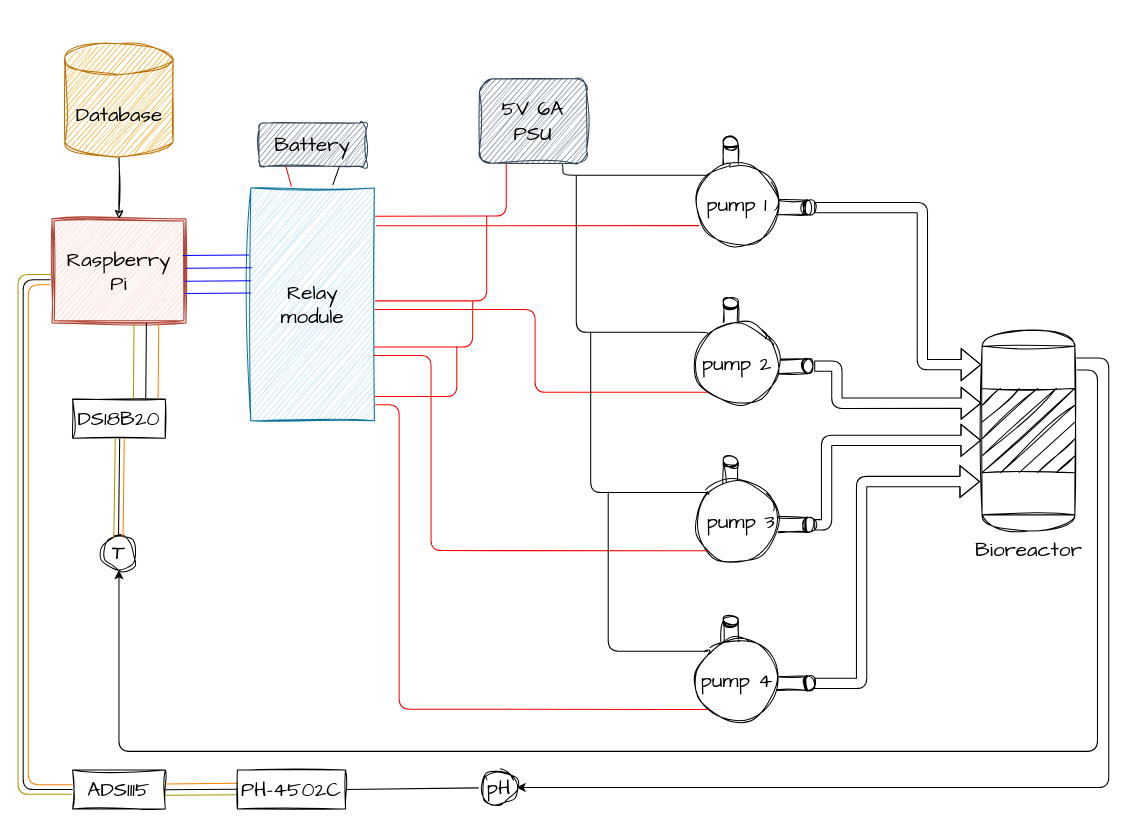
The draw.io diagram blueprints/prototype1.drawio in MelcherMate/Bioversee_Webapp, before the edit. Source tidied: cells renumbered, new cells numbered last; positions are measured from the earlier drawing's top-left corner, leaving out a move shared by most shapes. Both pictures are drawn from the tidied source at 103%, with x=0, y=0 at pixel (18, 43).
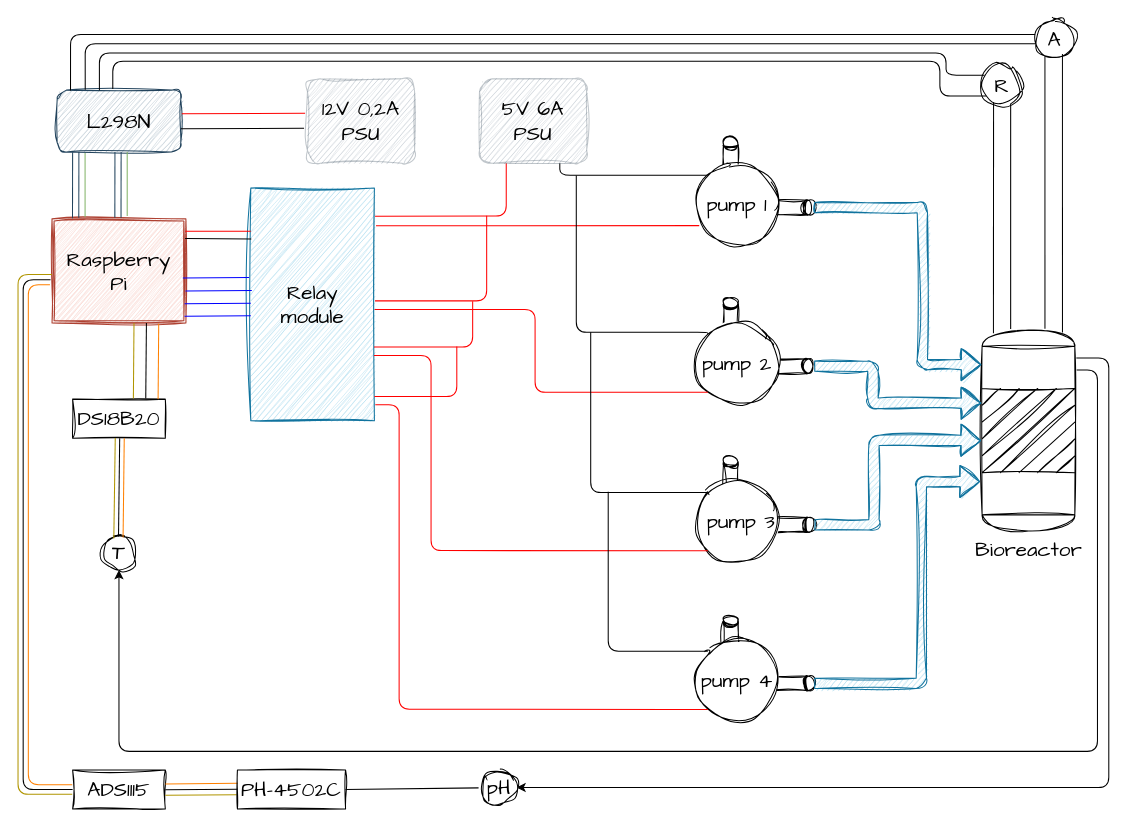
Above is the later version.

The change refers to these unchanged cells:
```xml
<mxCell id="4" style="shape=datastore;whiteSpace=wrap;html=1;sketch=1;hachureGap=4;jiggle=2;curveFitting=1;strokeColor=#000000;fontFamily=Architects Daughter;fontSize=20;fontColor=#000000;fillColor=#FFFFFF;gradientColor=none;rotation=90;" parent="3" vertex="1">
  <mxGeometry x="84" y="43" width="14" height="48" as="geometry" />
</mxCell>
<mxCell id="6" value="pump 1" style="ellipse;whiteSpace=wrap;html=1;sketch=1;hachureGap=4;jiggle=2;curveFitting=1;strokeColor=#000000;fontFamily=Architects Daughter;fontSize=20;fontColor=#000000;fillColor=#FFFFFF;gradientColor=none;" parent="3" vertex="1">
  <mxGeometry y="24" width="80" height="80" as="geometry" />
</mxCell>
<mxCell id="8" style="shape=datastore;whiteSpace=wrap;html=1;sketch=1;hachureGap=4;jiggle=2;curveFitting=1;strokeColor=#000000;fontFamily=Architects Daughter;fontSize=20;fontColor=#000000;fillColor=#FFFFFF;gradientColor=none;rotation=90;" parent="7" vertex="1">
  <mxGeometry x="84" y="43" width="14" height="48" as="geometry" />
</mxCell>
<mxCell id="13" style="shape=datastore;whiteSpace=wrap;html=1;sketch=1;hachureGap=4;jiggle=2;curveFitting=1;strokeColor=#000000;fontFamily=Architects Daughter;fontSize=20;fontColor=#000000;fillColor=#FFFFFF;gradientColor=none;rotation=90;" parent="11" vertex="1">
  <mxGeometry x="84" y="43" width="14" height="48" as="geometry" />
</mxCell>
<mxCell id="17" style="shape=datastore;whiteSpace=wrap;html=1;sketch=1;hachureGap=4;jiggle=2;curveFitting=1;strokeColor=#000000;fontFamily=Architects Daughter;fontSize=20;fontColor=#000000;fillColor=#FFFFFF;gradientColor=none;rotation=90;" parent="16" vertex="1">
  <mxGeometry x="84" y="43" width="14" height="48" as="geometry" />
</mxCell>
<mxCell id="20" value="&lt;font color=&quot;#000000&quot;&gt;Raspberry Pi&lt;/font&gt;" style="shape=ext;double=1;rounded=0;whiteSpace=wrap;html=1;hachureGap=4;fontFamily=Architects Daughter;fontSize=20;fillColor=#fad9d5;strokeColor=#ae4132;sketch=1;curveFitting=1;jiggle=2;" parent="1" vertex="1">
  <mxGeometry x="33" y="170" width="130" height="101" as="geometry" />
</mxCell>
<mxCell id="21" value="Bioreactor" style="shape=mxgraph.pid.vessels.reactor;html=1;align=center;verticalLabelPosition=bottom;verticalAlign=top;dashed=0;hachureGap=4;strokeColor=#000000;fontFamily=Architects Daughter;fontSize=20;fontColor=#000000;fillColor=#FFFFFF;rounded=0;sketch=1;curveFitting=1;jiggle=2;gradientColor=none;" parent="1" vertex="1">
  <mxGeometry x="936" y="278" width="90" height="195" as="geometry" />
</mxCell>
<mxCell id="24" value="&lt;font color=&quot;#000000&quot;&gt;Relay module&lt;/font&gt;" style="rounded=0;whiteSpace=wrap;html=1;sketch=1;hachureGap=4;jiggle=2;curveFitting=1;fontFamily=Architects Daughter;fontSize=20;fillColor=#b1ddf0;strokeColor=#10739e;" parent="1" vertex="1">
  <mxGeometry x="226" y="140" width="120" height="226" as="geometry" />
</mxCell>
```

Change to the diagram source:
```diff
@@
-    <mxCell id="22" style="edgeStyle=none;hachureGap=4;html=1;exitX=0.5;exitY=1;exitDx=0;exitDy=0;exitPerimeter=0;entryX=0.5;entryY=0;entryDx=0;entryDy=0;fontFamily=Architects Daughter;fontSize=16;fontColor=#000000;strokeColor=#000000;rounded=0;sketch=1;curveFitting=1;jiggle=2;" parent="1" edge="1" source="23" target="20">
-      <mxGeometry relative="1" as="geometry" />
-    </mxCell>
-    <mxCell id="23" value="Database" style="shape=cylinder3;whiteSpace=wrap;html=1;boundedLbl=1;backgroundOutline=1;size=15;hachureGap=4;fontFamily=Architects Daughter;fontSize=20;rounded=0;sketch=1;curveFitting=1;jiggle=2;fillColor=#f0a30a;fontColor=#000000;strokeColor=#BD7000;" parent="1" vertex="1">
-      <mxGeometry x="45.5" width="105" height="110" as="geometry" />
-    </mxCell>
@@
     <mxCell id="25" style="edgeStyle=orthogonalEdgeStyle;hachureGap=4;html=1;exitX=0.75;exitY=1;exitDx=0;exitDy=0;entryX=0;entryY=0;entryDx=0;entryDy=0;strokeColor=#000000;fontFamily=Architects Daughter;fontSize=16;fontColor=#000000;endArrow=none;endFill=0;" parent="1" edge="1" source="27" target="6">
       <mxGeometry relative="1" as="geometry">
         <Array as="points">
-          <mxPoint x="529" y="128" />
+          <mxPoint x="526" y="128" />
         </Array>
       </mxGeometry>
     </mxCell>
@@
-    <mxCell id="27" value="5V 6A PSU" style="rounded=1;whiteSpace=wrap;html=1;sketch=1;hachureGap=4;jiggle=2;curveFitting=1;strokeColor=#314354;fontFamily=Architects Daughter;fontSize=20;fontColor=#000000;fillColor=#647687;" parent="1" vertex="1">
+    <mxCell id="27" value="5V 6A PSU" style="rounded=1;whiteSpace=wrap;html=1;sketch=1;hachureGap=4;jiggle=2;curveFitting=1;strokeColor=#314354;fontFamily=Architects Daughter;fontSize=20;fontColor=#000000;fillColor=#647687;opacity=30;" parent="1" vertex="1">
       <mxGeometry x="448" y="34" width="104" height="82" as="geometry" />
     </mxCell>
@@
-    <mxCell id="35" style="sketch=0;hachureGap=4;jiggle=2;curveFitting=1;html=1;exitX=0.25;exitY=1;exitDx=0;exitDy=0;entryX=0.329;entryY=-0.006;entryDx=0;entryDy=0;entryPerimeter=0;strokeColor=#FF0000;fontFamily=Architects Daughter;fontSize=16;fontColor=#000000;endArrow=none;endFill=0;" parent="1" edge="1" source="37" target="24">
+    <mxCell id="35" style="sketch=0;hachureGap=4;jiggle=2;curveFitting=1;html=1;exitX=0.995;exitY=0.118;exitDx=0;exitDy=0;entryX=0;entryY=0.186;entryDx=0;entryDy=0;entryPerimeter=0;strokeColor=#FF0000;fontFamily=Architects Daughter;fontSize=16;fontColor=#000000;endArrow=none;endFill=0;exitPerimeter=0;" parent="1" edge="1" source="20" target="24">
       <mxGeometry relative="1" as="geometry" />
     </mxCell>
-    <mxCell id="36" style="edgeStyle=none;sketch=0;hachureGap=4;jiggle=2;curveFitting=1;html=1;exitX=0.75;exitY=1;exitDx=0;exitDy=0;entryX=0.663;entryY=-0.012;entryDx=0;entryDy=0;entryPerimeter=0;strokeColor=#000000;fontFamily=Architects Daughter;fontSize=16;fontColor=#000000;endArrow=none;endFill=0;" parent="1" edge="1" source="37" target="24">
+    <mxCell id="36" style="edgeStyle=none;sketch=0;hachureGap=4;jiggle=2;curveFitting=1;html=1;exitX=0.994;exitY=0.189;exitDx=0;exitDy=0;entryX=0.004;entryY=0.219;entryDx=0;entryDy=0;strokeColor=#000000;fontFamily=Architects Daughter;fontSize=16;fontColor=#000000;endArrow=none;endFill=0;exitPerimeter=0;entryPerimeter=0;" parent="1" edge="1" source="20" target="24">
       <mxGeometry relative="1" as="geometry" />
     </mxCell>
-    <mxCell id="37" value="Battery" style="rounded=1;whiteSpace=wrap;html=1;sketch=1;hachureGap=4;jiggle=2;curveFitting=1;fontFamily=Architects Daughter;fontSize=20;fillColor=#647687;strokeColor=#314354;fontColor=#000000;" parent="1" vertex="1">
-      <mxGeometry x="234" y="77" width="104" height="42" as="geometry" />
-    </mxCell>
-    <mxCell id="38" style="endArrow=none;html=1;sketch=0;hachureGap=4;jiggle=2;curveFitting=1;strokeColor=#0000FF;fontFamily=Architects Daughter;fontSize=16;fontColor=#000000;exitX=0.997;exitY=0.475;exitDx=0;exitDy=0;exitPerimeter=0;entryX=0.008;entryY=0.343;entryDx=0;entryDy=0;entryPerimeter=0;" parent="1" edge="1" source="20" target="24">
-      <mxGeometry relative="1" as="geometry" />
+    <mxCell id="38" style="endArrow=none;html=1;sketch=0;hachureGap=4;jiggle=2;curveFitting=1;strokeColor=#0000FF;fontFamily=Architects Daughter;fontSize=16;fontColor=#000000;exitX=0.997;exitY=0.475;exitDx=0;exitDy=0;exitPerimeter=0;entryX=0.008;entryY=0.343;entryDx=0;entryDy=0;entryPerimeter=0;" parent="1" edge="1">
+      <mxGeometry relative="1" as="geometry">
+        <mxPoint x="162.6" y="240" as="sourcePoint" />
+        <mxPoint x="227" y="239.5" as="targetPoint" />
+      </mxGeometry>
     </mxCell>
     <mxCell id="39" style="endArrow=none;html=1;sketch=0;hachureGap=4;jiggle=2;curveFitting=1;strokeColor=#0000FF;fontFamily=Architects Daughter;fontSize=16;fontColor=#000000;exitX=0.997;exitY=0.475;exitDx=0;exitDy=0;exitPerimeter=0;entryX=0.008;entryY=0.343;entryDx=0;entryDy=0;entryPerimeter=0;" parent="1" edge="1">
       <mxGeometry relative="1" as="geometry">
-        <mxPoint x="161.7" y="230.5" as="sourcePoint" />
-        <mxPoint x="226" y="230" as="targetPoint" />
+        <mxPoint x="161.7" y="252.5" as="sourcePoint" />
+        <mxPoint x="226" y="252" as="targetPoint" />
       </mxGeometry>
     </mxCell>
     <mxCell id="40" style="endArrow=none;html=1;sketch=0;hachureGap=4;jiggle=2;curveFitting=1;strokeColor=#0000FF;fontFamily=Architects Daughter;fontSize=16;fontColor=#000000;exitX=0.997;exitY=0.475;exitDx=0;exitDy=0;exitPerimeter=0;entryX=0.008;entryY=0.343;entryDx=0;entryDy=0;entryPerimeter=0;" parent="1" edge="1">
       <mxGeometry relative="1" as="geometry">
-        <mxPoint x="160" y="205.5" as="sourcePoint" />
-        <mxPoint x="224.4" y="205" as="targetPoint" />
+        <mxPoint x="160" y="227.5" as="sourcePoint" />
+        <mxPoint x="224.4" y="227" as="targetPoint" />
       </mxGeometry>
     </mxCell>
     <mxCell id="41" style="endArrow=none;html=1;sketch=0;hachureGap=4;jiggle=2;curveFitting=1;strokeColor=#0000FF;fontFamily=Architects Daughter;fontSize=16;fontColor=#000000;exitX=0.997;exitY=0.475;exitDx=0;exitDy=0;exitPerimeter=0;entryX=0.008;entryY=0.343;entryDx=0;entryDy=0;entryPerimeter=0;" parent="1" edge="1">
       <mxGeometry relative="1" as="geometry">
-        <mxPoint x="161.7" y="242.5" as="sourcePoint" />
-        <mxPoint x="226" y="242" as="targetPoint" />
+        <mxPoint x="161.7" y="264.5" as="sourcePoint" />
+        <mxPoint x="226" y="264" as="targetPoint" />
       </mxGeometry>
     </mxCell>
@@
-    <mxCell id="57" style="edgeStyle=orthogonalEdgeStyle;sketch=0;hachureGap=4;jiggle=2;curveFitting=1;html=1;exitX=0.5;exitY=0;exitDx=0;exitDy=0;strokeColor=#000000;fontFamily=Architects Daughter;fontSize=16;fontColor=#000000;endArrow=classic;endFill=1;shape=flexArrow;" parent="1" edge="1" source="13">
+    <mxCell id="57" style="edgeStyle=orthogonalEdgeStyle;sketch=1;hachureGap=4;jiggle=2;curveFitting=1;html=1;exitX=0.5;exitY=0;exitDx=0;exitDy=0;strokeColor=#10739e;fontFamily=Architects Daughter;fontSize=16;fontColor=#000000;endArrow=classic;endFill=1;shape=flexArrow;fillColor=#b1ddf0;" parent="1" edge="1" source="13">
       <mxGeometry relative="1" as="geometry">
         <mxPoint x="935" y="385" as="targetPoint" />
         <Array as="points">
-          <mxPoint x="785" y="467" />
-          <mxPoint x="785" y="385" />
+          <mxPoint x="831" y="467" />
+          <mxPoint x="831" y="385" />
         </Array>
       </mxGeometry>
     </mxCell>
@@
-    <mxCell id="63" style="edgeStyle=orthogonalEdgeStyle;sketch=0;hachureGap=4;jiggle=2;curveFitting=1;html=1;exitX=0.5;exitY=0;exitDx=0;exitDy=0;strokeColor=#000000;fontFamily=Architects Daughter;fontSize=16;fontColor=#FF0000;shape=flexArrow;entryX=-0.009;entryY=0.364;entryDx=0;entryDy=0;entryPerimeter=0;" parent="1" edge="1" source="17" target="21">
+    <mxCell id="63" style="edgeStyle=orthogonalEdgeStyle;sketch=1;hachureGap=4;jiggle=2;curveFitting=1;html=1;exitX=0.5;exitY=0;exitDx=0;exitDy=0;strokeColor=#10739e;fontFamily=Architects Daughter;fontSize=16;fontColor=#FF0000;shape=flexArrow;entryX=-0.009;entryY=0.364;entryDx=0;entryDy=0;entryPerimeter=0;fillColor=#b1ddf0;" parent="1" edge="1" source="17" target="21">
       <mxGeometry relative="1" as="geometry">
         <Array as="points">
-          <mxPoint x="795" y="313" />
-          <mxPoint x="795" y="349" />
+          <mxPoint x="830" y="313" />
+          <mxPoint x="830" y="349" />
         </Array>
       </mxGeometry>
     </mxCell>
-    <mxCell id="64" style="edgeStyle=orthogonalEdgeStyle;sketch=0;hachureGap=4;jiggle=2;curveFitting=1;html=1;exitX=0.5;exitY=0;exitDx=0;exitDy=0;strokeColor=#000000;fontFamily=Architects Daughter;fontSize=16;fontColor=#FF0000;endArrow=classic;endFill=1;shape=flexArrow;" parent="1" edge="1" source="8">
+    <mxCell id="64" style="edgeStyle=orthogonalEdgeStyle;sketch=1;hachureGap=4;jiggle=2;curveFitting=1;html=1;exitX=0.5;exitY=0;exitDx=0;exitDy=0;strokeColor=#10739e;fontFamily=Architects Daughter;fontSize=16;fontColor=#FF0000;endArrow=classic;endFill=1;shape=flexArrow;fillColor=#b1ddf0;" parent="1" edge="1" source="8">
       <mxGeometry relative="1" as="geometry">
         <mxPoint x="934" y="425" as="targetPoint" />
         <Array as="points">
-          <mxPoint x="819" y="621" />
-          <mxPoint x="819" y="425" />
+          <mxPoint x="877" y="621" />
+          <mxPoint x="877" y="425" />
         </Array>
       </mxGeometry>
     </mxCell>
-    <mxCell id="65" style="edgeStyle=orthogonalEdgeStyle;sketch=0;hachureGap=4;jiggle=2;curveFitting=1;html=1;exitX=0.5;exitY=0;exitDx=0;exitDy=0;entryX=-0.009;entryY=0.172;entryDx=0;entryDy=0;entryPerimeter=0;strokeColor=#000000;fontFamily=Architects Daughter;fontSize=16;fontColor=#FF0000;endArrow=classic;endFill=1;shape=flexArrow;" parent="1" edge="1" source="4" target="21">
+    <mxCell id="65" style="edgeStyle=orthogonalEdgeStyle;sketch=1;hachureGap=4;jiggle=2;curveFitting=1;html=1;exitX=0.5;exitY=0;exitDx=0;exitDy=0;entryX=-0.009;entryY=0.172;entryDx=0;entryDy=0;entryPerimeter=0;strokeColor=#10739e;fontFamily=Architects Daughter;fontSize=16;fontColor=#FF0000;endArrow=classic;endFill=1;shape=flexArrow;fillColor=#b1ddf0;" parent="1" edge="1" source="4" target="21">
       <mxGeometry relative="1" as="geometry">
         <Array as="points">
           <mxPoint x="878" y="159" />
           <mxPoint x="878" y="312" />
           <mxPoint x="935" y="312" />
         </Array>
       </mxGeometry>
     </mxCell>
@@
+    <mxCell id="69" value="&lt;font color=&quot;#000000&quot;&gt;L298N&lt;/font&gt;" style="rounded=1;whiteSpace=wrap;html=1;sketch=1;hachureGap=4;jiggle=2;curveFitting=1;fontFamily=Architects Daughter;fontSize=20;fillColor=#bac8d3;strokeColor=#23445d;" parent="1" vertex="1">
+      <mxGeometry x="38" y="45" width="120" height="60" as="geometry" />
+    </mxCell>
+    <mxCell id="70" value="12V 0,2A PSU" style="rounded=1;whiteSpace=wrap;html=1;sketch=1;hachureGap=4;jiggle=2;curveFitting=1;strokeColor=#314354;fontFamily=Architects Daughter;fontSize=20;fontColor=#000000;fillColor=#647687;opacity=30;" parent="1" vertex="1">
+      <mxGeometry x="281" y="34" width="104" height="82" as="geometry" />
+    </mxCell>
+    <mxCell id="71" style="endArrow=none;html=1;hachureGap=4;strokeColor=#FF0000;fontFamily=Architects Daughter;fontSize=16;fontColor=#000000;entryX=-0.022;entryY=0.409;entryDx=0;entryDy=0;entryPerimeter=0;" parent="1" edge="1" target="70">
+      <mxGeometry relative="1" as="geometry">
+        <mxPoint x="159" y="68" as="sourcePoint" />
+      </mxGeometry>
+    </mxCell>
+    <mxCell id="72" style="endArrow=none;html=1;hachureGap=4;strokeColor=#000000;fontFamily=Architects Daughter;fontSize=16;fontColor=#000000;entryX=-0.022;entryY=0.409;entryDx=0;entryDy=0;entryPerimeter=0;" parent="1" edge="1">
+      <mxGeometry relative="1" as="geometry">
+        <mxPoint x="158" y="82.5" as="sourcePoint" />
+        <mxPoint x="277.7" y="82" as="targetPoint" />
+      </mxGeometry>
+    </mxCell>
+    <mxCell id="73" style="endArrow=none;html=1;hachureGap=4;strokeColor=#23445d;fontFamily=Architects Daughter;fontSize=16;fontColor=#000000;exitX=0.125;exitY=1.007;exitDx=0;exitDy=0;exitPerimeter=0;entryX=0.153;entryY=-0.007;entryDx=0;entryDy=0;entryPerimeter=0;fillColor=#bac8d3;" parent="1" edge="1" source="69" target="20">
+      <mxGeometry relative="1" as="geometry" />
+    </mxCell>
+    <mxCell id="74" style="endArrow=none;html=1;hachureGap=4;strokeColor=#23445d;fontFamily=Architects Daughter;fontSize=16;fontColor=#000000;exitX=0.125;exitY=1.007;exitDx=0;exitDy=0;exitPerimeter=0;entryX=0.153;entryY=-0.007;entryDx=0;entryDy=0;entryPerimeter=0;fillColor=#bac8d3;" parent="1" edge="1">
+      <mxGeometry relative="1" as="geometry">
+        <mxPoint x="59.1" y="105" as="sourcePoint" />
+        <mxPoint x="59" y="168.9" as="targetPoint" />
+      </mxGeometry>
+    </mxCell>
+    <mxCell id="75" style="endArrow=none;html=1;hachureGap=4;strokeColor=#82b366;fontFamily=Architects Daughter;fontSize=16;fontColor=#000000;exitX=0.125;exitY=1.007;exitDx=0;exitDy=0;exitPerimeter=0;entryX=0.247;entryY=-0.018;entryDx=0;entryDy=0;entryPerimeter=0;fillColor=#d5e8d4;gradientColor=#97d077;" parent="1" edge="1" target="20">
+      <mxGeometry relative="1" as="geometry">
+        <mxPoint x="65.1" y="106.1" as="sourcePoint" />
+      </mxGeometry>
+    </mxCell>
+    <mxCell id="76" style="endArrow=none;html=1;hachureGap=4;strokeColor=#23445d;fontFamily=Architects Daughter;fontSize=16;fontColor=#000000;exitX=0.125;exitY=1.007;exitDx=0;exitDy=0;exitPerimeter=0;entryX=0.153;entryY=-0.007;entryDx=0;entryDy=0;entryPerimeter=0;fillColor=#bac8d3;" parent="1" edge="1">
+      <mxGeometry relative="1" as="geometry">
+        <mxPoint x="94.1" y="105" as="sourcePoint" />
+        <mxPoint x="94" y="168.9" as="targetPoint" />
+      </mxGeometry>
+    </mxCell>
+    <mxCell id="77" style="endArrow=none;html=1;hachureGap=4;strokeColor=#23445d;fontFamily=Architects Daughter;fontSize=16;fontColor=#000000;exitX=0.125;exitY=1.007;exitDx=0;exitDy=0;exitPerimeter=0;entryX=0.153;entryY=-0.007;entryDx=0;entryDy=0;entryPerimeter=0;fillColor=#bac8d3;" parent="1" edge="1">
+      <mxGeometry relative="1" as="geometry">
+        <mxPoint x="100.1" y="105" as="sourcePoint" />
+        <mxPoint x="100" y="168.9" as="targetPoint" />
+      </mxGeometry>
+    </mxCell>
+    <mxCell id="78" style="endArrow=none;html=1;hachureGap=4;strokeColor=#82b366;fontFamily=Architects Daughter;fontSize=16;fontColor=#000000;exitX=0.125;exitY=1.007;exitDx=0;exitDy=0;exitPerimeter=0;entryX=0.247;entryY=-0.018;entryDx=0;entryDy=0;entryPerimeter=0;fillColor=#d5e8d4;gradientColor=#97d077;" parent="1" edge="1">
+      <mxGeometry relative="1" as="geometry">
+        <mxPoint x="106" y="105" as="sourcePoint" />
+        <mxPoint x="106" y="167.1" as="targetPoint" />
+      </mxGeometry>
+    </mxCell>
+    <mxCell id="79" style="sketch=0;hachureGap=4;jiggle=2;curveFitting=1;html=1;exitX=0.285;exitY=0.946;exitDx=0;exitDy=0;strokeColor=#000000;fontFamily=Architects Daughter;fontSize=16;fontColor=#000000;startArrow=none;startFill=0;endArrow=none;endFill=0;exitPerimeter=0;" parent="1" edge="1" source="80">
+      <mxGeometry relative="1" as="geometry">
+        <mxPoint x="947" y="281" as="targetPoint" />
+      </mxGeometry>
+    </mxCell>
+    <mxCell id="80" value="R" style="ellipse;whiteSpace=wrap;html=1;sketch=1;hachureGap=4;jiggle=2;curveFitting=1;fontFamily=Architects Daughter;fontSize=20;fillColor=none;strokeColor=#000000;fontColor=#000000;" parent="1" vertex="1">
+      <mxGeometry x="936" y="20" width="39" height="39" as="geometry" />
+    </mxCell>
+    <mxCell id="81" style="edgeStyle=none;sketch=0;hachureGap=4;jiggle=2;curveFitting=1;html=1;exitX=0;exitY=0;exitDx=0;exitDy=0;strokeColor=#000000;fontFamily=Architects Daughter;fontSize=16;fontColor=#000000;startArrow=classic;startFill=1;endArrow=none;endFill=0;" parent="1" edge="1" source="82">
+      <mxGeometry relative="1" as="geometry">
+        <mxPoint x="992.6" y="-18.2" as="targetPoint" />
+      </mxGeometry>
+    </mxCell>
+    <mxCell id="82" value="A" style="ellipse;whiteSpace=wrap;html=1;sketch=1;hachureGap=4;jiggle=2;curveFitting=1;fontFamily=Architects Daughter;fontSize=20;fillColor=none;strokeColor=#000000;fontColor=#000000;" parent="1" vertex="1">
+      <mxGeometry x="987" y="-24" width="39" height="39" as="geometry" />
+    </mxCell>
+    <mxCell id="83" style="endArrow=none;html=1;hachureGap=4;strokeColor=#000000;fontFamily=Architects Daughter;fontSize=16;fontColor=#000000;endFill=0;exitX=0.108;exitY=0.005;exitDx=0;exitDy=0;exitPerimeter=0;edgeStyle=orthogonalEdgeStyle;" parent="1" edge="1" source="69" target="82">
+      <mxGeometry relative="1" as="geometry">
+        <Array as="points">
+          <mxPoint x="51" y="-9" />
+        </Array>
+      </mxGeometry>
+    </mxCell>
+    <mxCell id="84" style="endArrow=none;html=1;hachureGap=4;strokeColor=#000000;fontFamily=Architects Daughter;fontSize=16;fontColor=#000000;entryX=0.041;entryY=0.615;entryDx=0;entryDy=0;endFill=0;entryPerimeter=0;exitX=0.227;exitY=-0.005;exitDx=0;exitDy=0;exitPerimeter=0;edgeStyle=orthogonalEdgeStyle;" parent="1" edge="1" source="69" target="82">
+      <mxGeometry relative="1" as="geometry">
+        <Array as="points">
+          <mxPoint x="65" />
+        </Array>
+      </mxGeometry>
+    </mxCell>
+    <mxCell id="85" style="endArrow=none;html=1;hachureGap=4;strokeColor=#000000;fontFamily=Architects Daughter;fontSize=16;fontColor=#000000;endFill=0;entryX=0.061;entryY=0.269;entryDx=0;entryDy=0;entryPerimeter=0;edgeStyle=orthogonalEdgeStyle;" parent="1" edge="1" source="69" target="80">
+      <mxGeometry relative="1" as="geometry">
+        <Array as="points">
+          <mxPoint x="79" y="9" />
+          <mxPoint x="901" y="9" />
+          <mxPoint x="901" y="31" />
+        </Array>
+      </mxGeometry>
+    </mxCell>
+    <mxCell id="86" style="endArrow=none;html=1;hachureGap=4;strokeColor=#000000;fontFamily=Architects Daughter;fontSize=16;fontColor=#000000;endFill=0;entryX=0.104;entryY=0.79;entryDx=0;entryDy=0;entryPerimeter=0;edgeStyle=orthogonalEdgeStyle;" parent="1" edge="1" target="80">
+      <mxGeometry relative="1" as="geometry">
+        <mxPoint x="92" y="44" as="sourcePoint" />
+        <Array as="points">
+          <mxPoint x="92" y="17" />
+          <mxPoint x="895" y="17" />
+          <mxPoint x="895" y="50" />
+          <mxPoint x="940" y="50" />
+        </Array>
+      </mxGeometry>
+    </mxCell>
+    <mxCell id="87" style="sketch=0;hachureGap=4;jiggle=2;curveFitting=1;html=1;exitX=0.711;exitY=0.985;exitDx=0;exitDy=0;entryX=0.308;entryY=-0.005;entryDx=0;entryDy=0;entryPerimeter=0;strokeColor=#000000;fontFamily=Architects Daughter;fontSize=16;fontColor=#000000;startArrow=none;startFill=0;endArrow=none;endFill=0;exitPerimeter=0;" parent="1" edge="1" source="80" target="21">
+      <mxGeometry relative="1" as="geometry" />
+    </mxCell>
+    <mxCell id="88" style="sketch=0;hachureGap=4;jiggle=2;curveFitting=1;html=1;exitX=0.711;exitY=0.985;exitDx=0;exitDy=0;entryX=0.678;entryY=-0.007;entryDx=0;entryDy=0;entryPerimeter=0;strokeColor=#000000;fontFamily=Architects Daughter;fontSize=16;fontColor=#000000;startArrow=none;startFill=0;endArrow=none;endFill=0;exitPerimeter=0;" parent="1" edge="1" target="21">
+      <mxGeometry relative="1" as="geometry">
+        <mxPoint x="997" y="12" as="sourcePoint" />
+      </mxGeometry>
+    </mxCell>
+    <mxCell id="89" style="sketch=0;hachureGap=4;jiggle=2;curveFitting=1;html=1;exitX=0.711;exitY=0.985;exitDx=0;exitDy=0;entryX=0.867;entryY=0.012;entryDx=0;entryDy=0;entryPerimeter=0;strokeColor=#000000;fontFamily=Architects Daughter;fontSize=16;fontColor=#000000;startArrow=none;startFill=0;endArrow=none;endFill=0;exitPerimeter=0;" parent="1" edge="1" target="21">
+      <mxGeometry relative="1" as="geometry">
+        <mxPoint x="1014" y="10" as="sourcePoint" />
+      </mxGeometry>
+    </mxCell>
```
